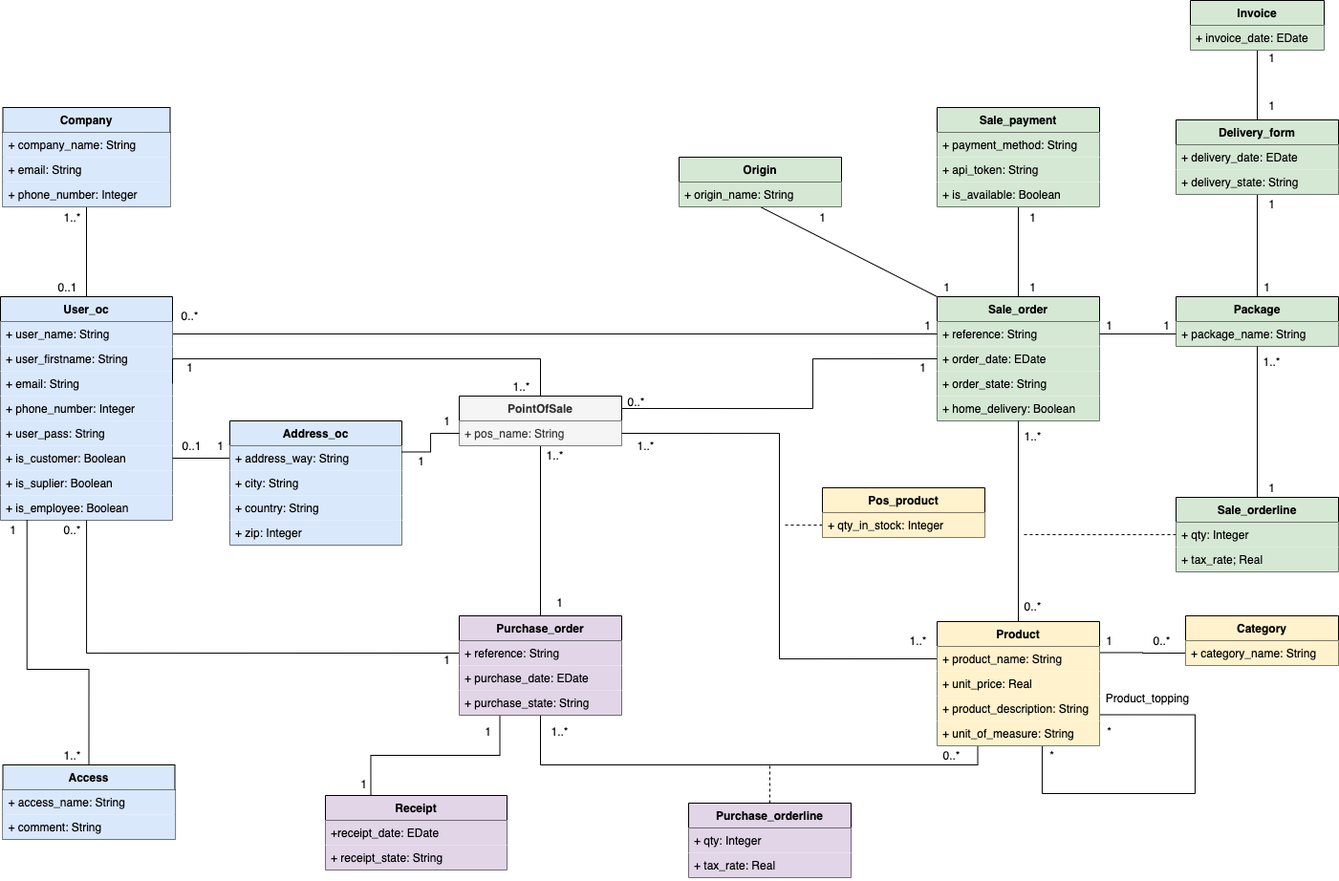
This is diagram/class_diagram.png from eme-subteno-it/project6, a draw.io export, as it was before one commit. Source tidied: cells renumbered, new cells last; positions are measured from the earlier drawing's top-left corner, leaving out a move shared by most shapes.
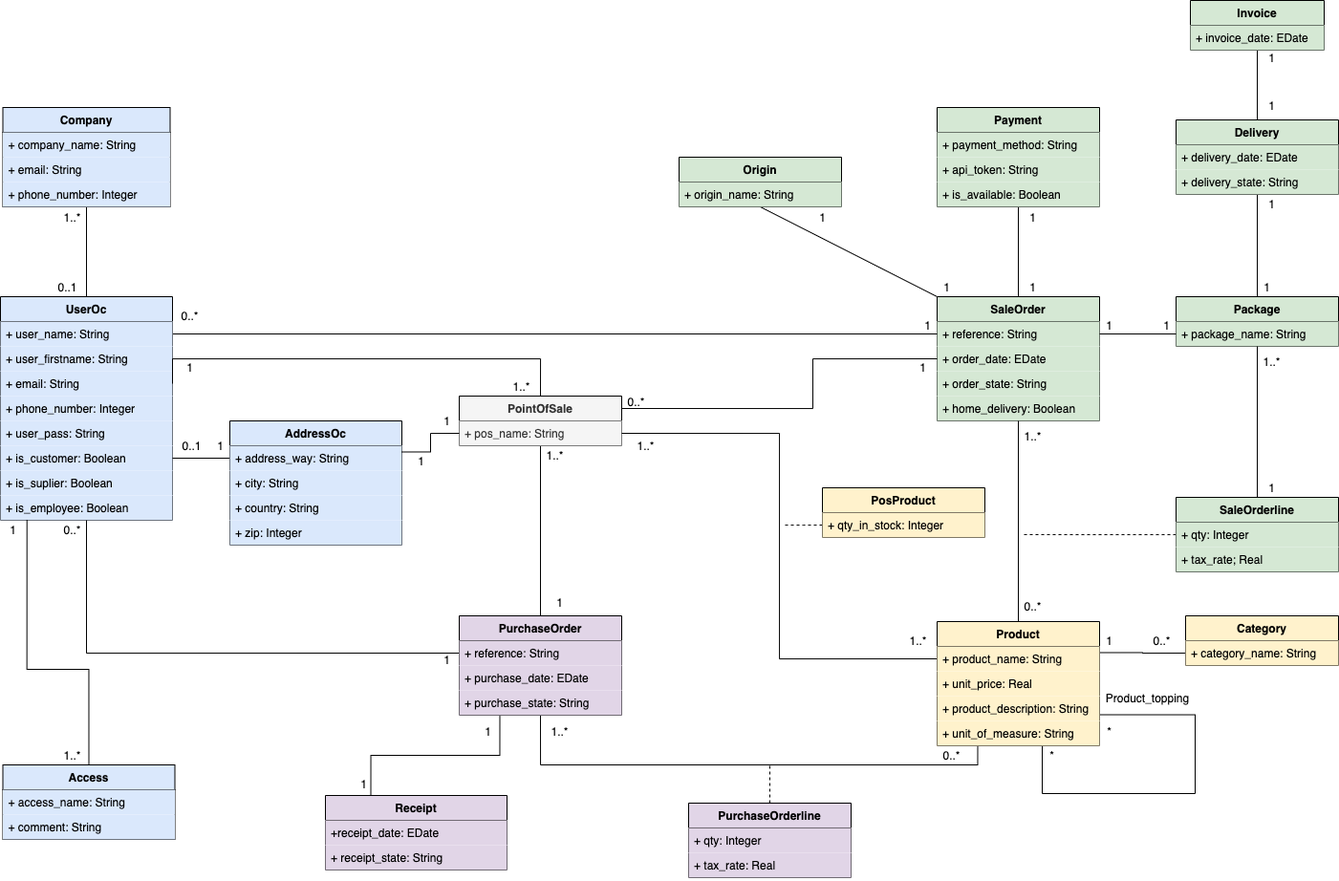
After the change.

Commit message:
[IMP] Change class_diagram

The edit, as a diff of the source:
```diff
@@ -17,7 +17,7 @@
     <mxCell id="6" style="rounded=0;jettySize=auto;html=1;exitX=0;exitY=0;exitDx=0;exitDy=0;entryX=0.5;entryY=1;entryDx=0;entryDy=0;endArrow=none;endFill=0;" parent="1" edge="1" source="7" target="118">
       <mxGeometry relative="1" as="geometry" />
     </mxCell>
-    <mxCell id="7" value="Sale_order" style="swimlane;fontStyle=1;horizontal=1;startSize=26;fillColor=#d5e8d4;strokeColor=#000000;" parent="1" vertex="1">
+    <mxCell id="7" value="SaleOrder" style="swimlane;fontStyle=1;horizontal=1;startSize=26;fillColor=#d5e8d4;strokeColor=#000000;" parent="1" vertex="1">
       <mxGeometry x="980" y="310" width="170" height="130" as="geometry" />
     </mxCell>
     <mxCell id="8" value="+ reference: String" style="text;strokeColor=none;fillColor=#d5e8d4;align=left;verticalAlign=top;spacingLeft=4;spacingRight=4;overflow=hidden;" parent="7" vertex="1">
@@ -83,7 +83,7 @@
         <mxPoint x="980" y="349" as="targetPoint" />
       </mxGeometry>
     </mxCell>
-    <mxCell id="24" value="User_oc" style="swimlane;fontStyle=1;horizontal=1;startSize=26;fillColor=#dae8fc;strokeColor=#000000;" parent="1" vertex="1">
+    <mxCell id="24" value="UserOc" style="swimlane;fontStyle=1;horizontal=1;startSize=26;fillColor=#dae8fc;strokeColor=#000000;" parent="1" vertex="1">
       <mxGeometry y="310" width="180" height="234" as="geometry" />
     </mxCell>
     <mxCell id="25" value="+ user_name: String" style="text;strokeColor=none;fillColor=#dae8fc;align=left;verticalAlign=top;spacingLeft=4;spacingRight=4;overflow=hidden;" parent="24" vertex="1">
@@ -288,7 +288,7 @@
         <mxPoint x="240" y="479" as="targetPoint" />
       </mxGeometry>
     </mxCell>
-    <mxCell id="80" value="Address_oc" style="swimlane;fontStyle=1;horizontal=1;startSize=26;fillColor=#dae8fc;strokeColor=#000000;" parent="1" vertex="1">
+    <mxCell id="80" value="AddressOc" style="swimlane;fontStyle=1;horizontal=1;startSize=26;fillColor=#dae8fc;strokeColor=#000000;" parent="1" vertex="1">
       <mxGeometry x="240" y="440" width="180" height="130" as="geometry" />
     </mxCell>
     <mxCell id="81" value="+ address_way: String" style="text;strokeColor=none;fillColor=#dae8fc;align=left;verticalAlign=top;spacingLeft=4;spacingRight=4;overflow=hidden;" parent="80" vertex="1">
@@ -326,7 +326,7 @@
     <mxCell id="91" value="&lt;font color=&quot;#000000&quot;&gt;1&lt;/font&gt;" style="text;html=1;align=center;verticalAlign=middle;fontColor=#FF0000;" parent="1" vertex="1">
       <mxGeometry x="980" y="290" width="20" height="20" as="geometry" />
     </mxCell>
-    <mxCell id="92" value="Purchase_order" style="swimlane;fontStyle=1;horizontal=1;startSize=26;fillColor=#e1d5e7;strokeColor=#000000;" parent="1" vertex="1">
+    <mxCell id="92" value="PurchaseOrder" style="swimlane;fontStyle=1;horizontal=1;startSize=26;fillColor=#e1d5e7;strokeColor=#000000;" parent="1" vertex="1">
       <mxGeometry x="480" y="644" width="170" height="104" as="geometry" />
     </mxCell>
     <mxCell id="93" value="+ reference: String" style="text;strokeColor=none;fillColor=#e1d5e7;align=left;verticalAlign=top;spacingLeft=4;spacingRight=4;overflow=hidden;points=[[0,0.5],[1,0.5]];portConstraint=eastwest;" parent="92" vertex="1">
@@ -347,7 +347,7 @@
     <mxCell id="98" value="+ receipt_state: String" style="text;strokeColor=none;fillColor=#e1d5e7;align=left;verticalAlign=top;spacingLeft=4;spacingRight=4;overflow=hidden;" parent="96" vertex="1">
       <mxGeometry y="52" width="190" height="26" as="geometry" />
     </mxCell>
-    <mxCell id="99" value="Sale_orderline" style="swimlane;fontStyle=1;horizontal=1;startSize=26;fillColor=#d5e8d4;strokeColor=#000000;" parent="1" vertex="1">
+    <mxCell id="99" value="SaleOrderline" style="swimlane;fontStyle=1;horizontal=1;startSize=26;fillColor=#d5e8d4;strokeColor=#000000;" parent="1" vertex="1">
       <mxGeometry x="1230" y="520" width="170" height="78" as="geometry" />
     </mxCell>
     <mxCell id="100" value="+ qty: Integer" style="text;strokeColor=none;fillColor=#d5e8d4;align=left;verticalAlign=top;spacingLeft=4;spacingRight=4;overflow=hidden;" parent="99" vertex="1">
@@ -356,7 +356,7 @@
     <mxCell id="101" value="+ tax_rate; Real" style="text;strokeColor=none;fillColor=#d5e8d4;align=left;verticalAlign=top;spacingLeft=4;spacingRight=4;overflow=hidden;" parent="99" vertex="1">
       <mxGeometry y="52" width="170" height="26" as="geometry" />
     </mxCell>
-    <mxCell id="102" value="Pos_product" style="swimlane;fontStyle=1;horizontal=1;startSize=26;fillColor=#fff2cc;strokeColor=#000000;" parent="1" vertex="1">
+    <mxCell id="102" value="PosProduct" style="swimlane;fontStyle=1;horizontal=1;startSize=26;fillColor=#fff2cc;strokeColor=#000000;" parent="1" vertex="1">
       <mxGeometry x="860" y="510" width="170" height="52" as="geometry" />
     </mxCell>
     <mxCell id="103" value="+ qty_in_stock: Integer" style="text;strokeColor=none;fillColor=#fff2cc;align=left;verticalAlign=top;spacingLeft=4;spacingRight=4;overflow=hidden;points=[[0,0.5],[1,0.5]];portConstraint=eastwest;" parent="102" vertex="1">
@@ -383,7 +383,7 @@
     <mxCell id="110" value="+ category_name: String" style="text;strokeColor=none;fillColor=#fff2cc;align=left;verticalAlign=top;spacingLeft=4;spacingRight=4;overflow=hidden;points=[[0,0.5],[1,0.5]];portConstraint=eastwest;" parent="109" vertex="1">
       <mxGeometry y="26" width="160" height="26" as="geometry" />
     </mxCell>
-    <mxCell id="111" value="Purchase_orderline" style="swimlane;fontStyle=1;horizontal=1;startSize=26;fillColor=#e1d5e7;strokeColor=#000000;" parent="1" vertex="1">
+    <mxCell id="111" value="PurchaseOrderline" style="swimlane;fontStyle=1;horizontal=1;startSize=26;fillColor=#e1d5e7;strokeColor=#000000;" parent="1" vertex="1">
       <mxGeometry x="720" y="840" width="170" height="78" as="geometry" />
     </mxCell>
     <mxCell id="112" value="+ qty: Integer" style="text;strokeColor=none;fillColor=#e1d5e7;align=left;verticalAlign=top;spacingLeft=4;spacingRight=4;overflow=hidden;" parent="111" vertex="1">
@@ -410,7 +410,7 @@
     <mxCell id="119" value="+ origin_name: String" style="text;strokeColor=none;fillColor=#d5e8d4;align=left;verticalAlign=top;spacingLeft=4;spacingRight=4;overflow=hidden;" parent="118" vertex="1">
       <mxGeometry y="26" width="170" height="26" as="geometry" />
     </mxCell>
-    <mxCell id="120" value="Sale_payment" style="swimlane;fontStyle=1;horizontal=1;startSize=26;fillColor=#d5e8d4;strokeColor=#000000;" parent="1" vertex="1">
+    <mxCell id="120" value="Payment" style="swimlane;fontStyle=1;horizontal=1;startSize=26;fillColor=#d5e8d4;strokeColor=#000000;" parent="1" vertex="1">
       <mxGeometry x="980" y="112" width="170" height="104" as="geometry" />
     </mxCell>
     <mxCell id="121" value="+ payment_method: String" style="text;strokeColor=none;fillColor=#d5e8d4;align=left;verticalAlign=top;spacingLeft=4;spacingRight=4;overflow=hidden;" parent="120" vertex="1">
@@ -431,7 +431,7 @@
     <mxCell id="126" value="+ comment: String" style="text;strokeColor=none;fillColor=#dae8fc;align=left;verticalAlign=top;spacingLeft=4;spacingRight=4;overflow=hidden;" parent="124" vertex="1">
       <mxGeometry y="52" width="180" height="26" as="geometry" />
     </mxCell>
-    <mxCell id="127" value="Delivery_form" style="swimlane;fontStyle=1;horizontal=1;startSize=26;fillColor=#d5e8d4;strokeColor=#000000;" parent="1" vertex="1">
+    <mxCell id="127" value="Delivery" style="swimlane;fontStyle=1;horizontal=1;startSize=26;fillColor=#d5e8d4;strokeColor=#000000;" parent="1" vertex="1">
       <mxGeometry x="1230" y="125" width="170" height="78" as="geometry" />
     </mxCell>
     <mxCell id="128" value="+ delivery_date: EDate" style="text;strokeColor=none;fillColor=#d5e8d4;align=left;verticalAlign=top;spacingLeft=4;spacingRight=4;overflow=hidden;" parent="127" vertex="1">
```
